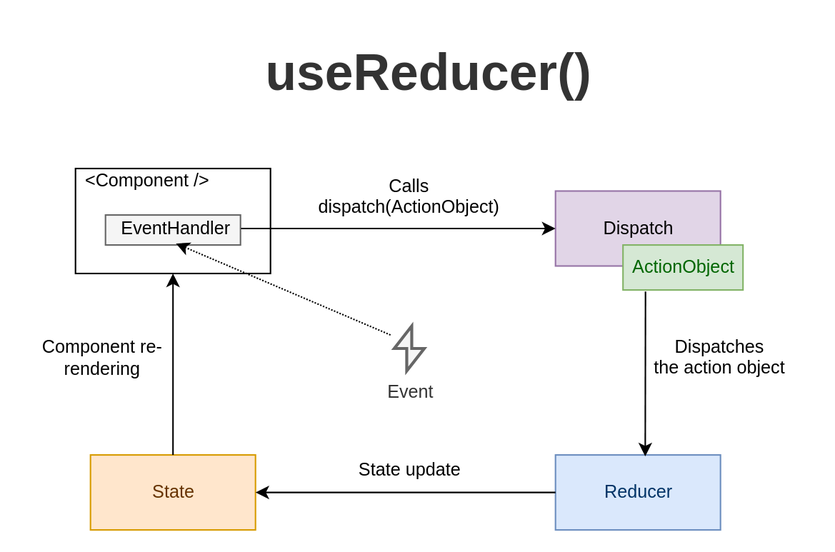
Earlier version of the draw.io export posts/149-react-usereducer/diagrams/react-usereducer.svg (panzerdp/dmitripavlutin.com). Source tidied: cells renumbered, new cells last; positions are measured from the earlier drawing's top-left corner, leaving out a move shared by most shapes.
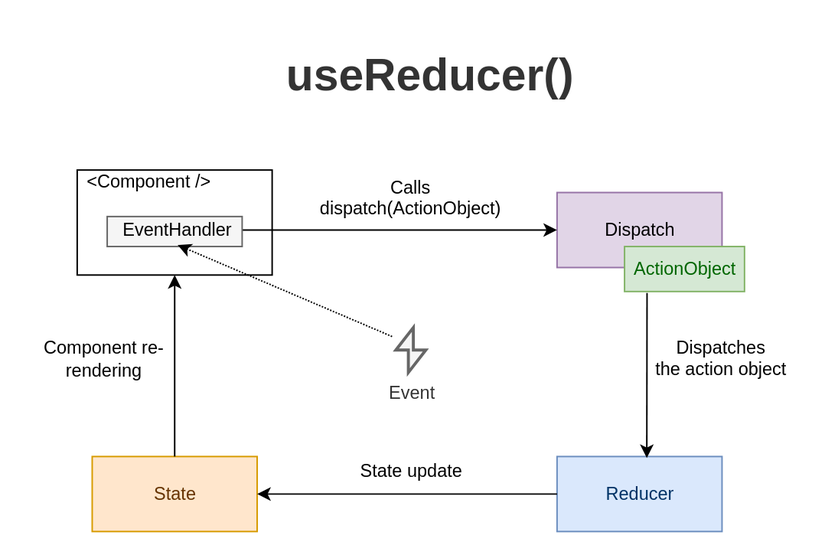
The same file after the commit.

Commit message:
content: update useReduce() picture

Diff of the diagram source:
```diff
@@ -2,7 +2,7 @@
   <root>
     <mxCell id="0" />
     <mxCell id="1" parent="0" />
-    <mxCell id="2" value="useReducer()" style="text;strokeColor=none;fillColor=none;html=1;fontSize=34;fontStyle=1;verticalAlign=middle;align=center;fontColor=#333333;" parent="1" vertex="1">
+    <mxCell id="2" value="useReducer()" style="text;strokeColor=none;fillColor=none;html=1;fontSize=30;fontStyle=1;verticalAlign=middle;align=center;fontColor=#333333;" parent="1" vertex="1">
       <mxGeometry x="157" width="230" height="70" as="geometry" />
     </mxCell>
     <mxCell id="3" style="html=1;" parent="1" vertex="1">
```
